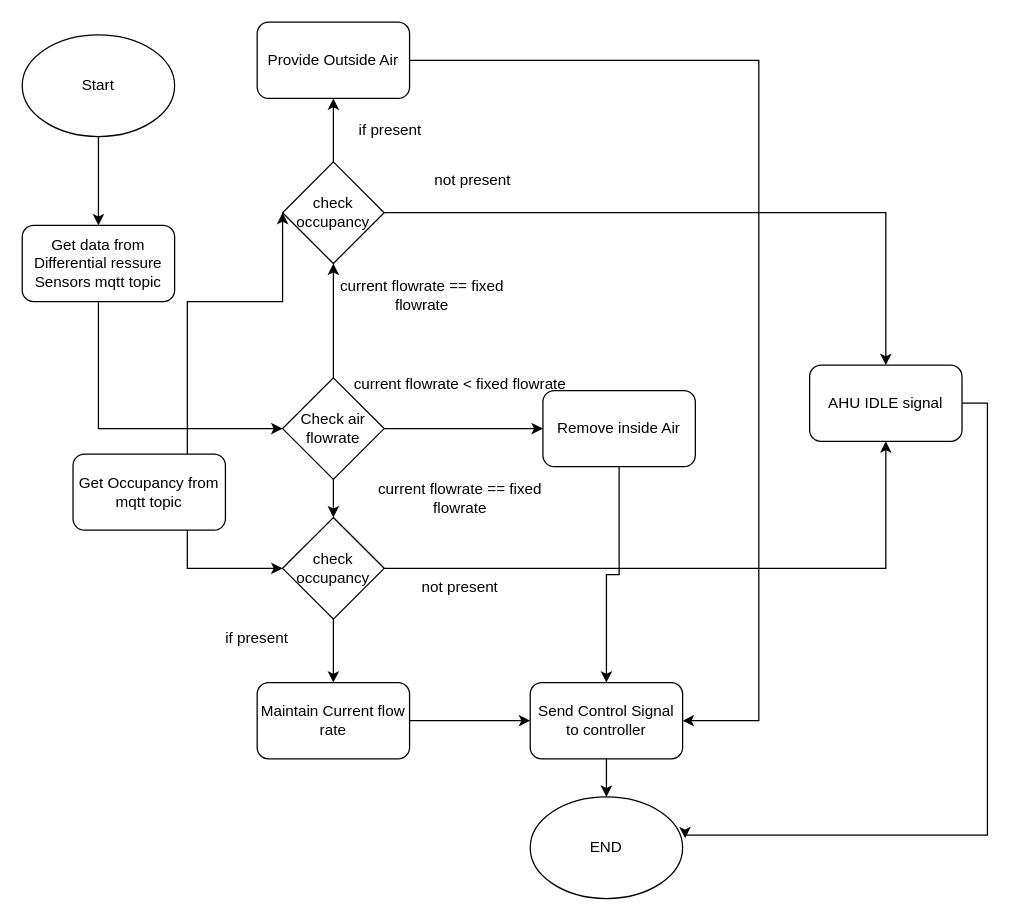
Before: Group_G/_flows/ventilation.drawio in cepdnaclk/e17-co326-Smart-Building, a draw.io diagram. Source tidied: cells renumbered, new cells numbered last; positions are measured from the earlier drawing's top-left corner, leaving out a move shared by most shapes. Both pictures are drawn from the tidied source at 127%, with x=0, y=0 at pixel (22, 22).
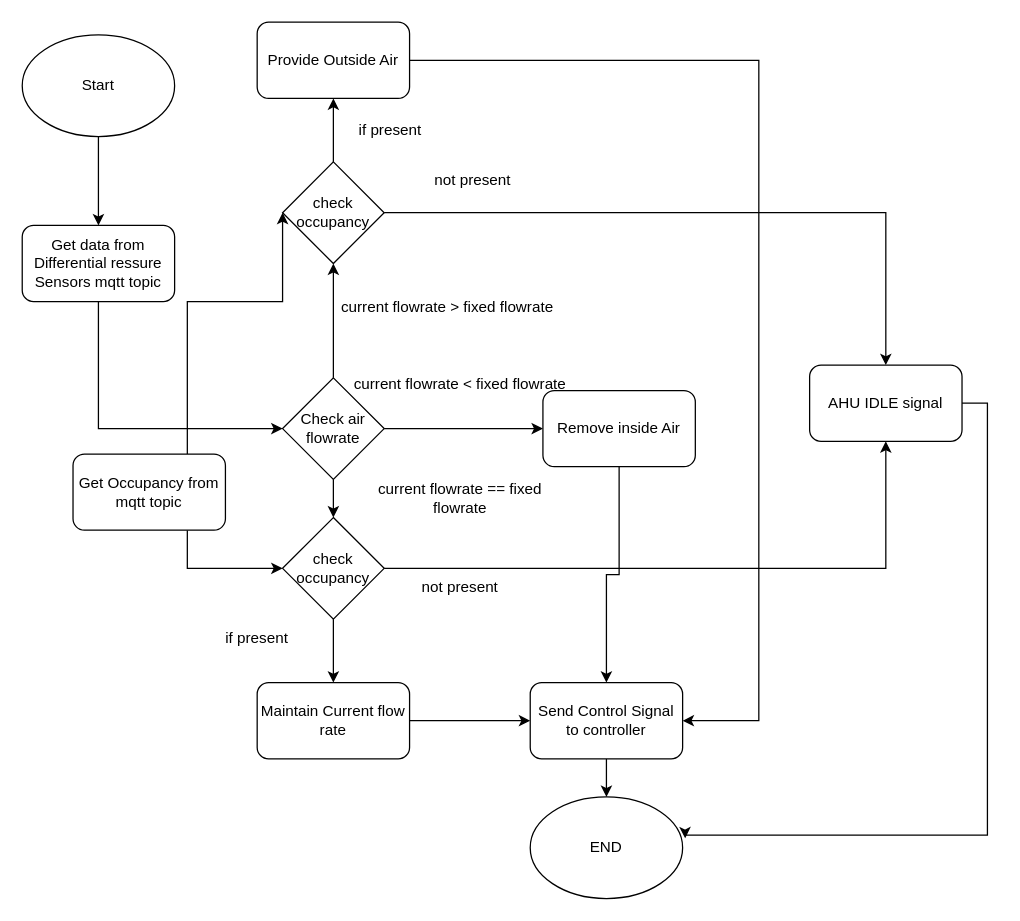
After the change.

The edit, as a diff of the source:
```diff
@@
-    <mxCell id="30" value="current flowrate == fixed flowrate" style="text;html=1;strokeColor=none;fillColor=none;align=center;verticalAlign=middle;whiteSpace=wrap;rounded=0;" parent="1" vertex="1">
-      <mxGeometry x="230" y="200" width="170" height="30" as="geometry" />
+    <mxCell id="30" value="current flowrate &amp;gt; fixed flowrate" style="text;html=1;strokeColor=none;fillColor=none;align=center;verticalAlign=middle;whiteSpace=wrap;rounded=0;" parent="1" vertex="1">
+      <mxGeometry x="250" y="210" width="170" height="30" as="geometry" />
     </mxCell>
```
